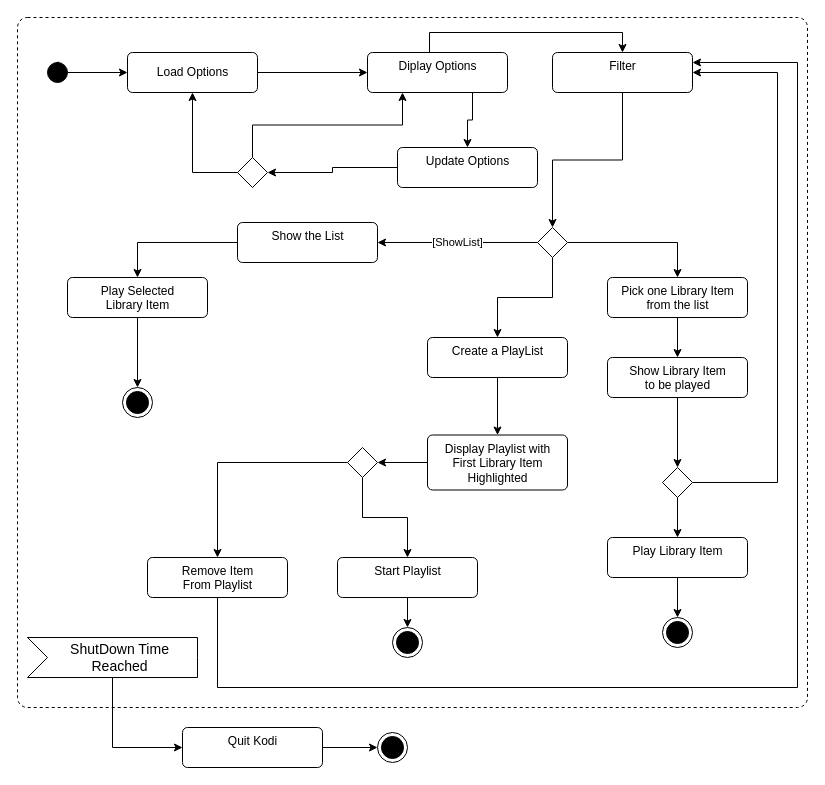
Before: page "Page-2" (2 of 2) of uml.drawio in dustinmcmahon/kodiAddon, a draw.io diagram. Source tidied: cells renumbered, new cells numbered last; positions are measured from the earlier drawing's top-left corner, leaving out a move shared by most shapes. Both pictures are drawn from the tidied source at 100%, with x=0, y=0 at pixel (17, 17).
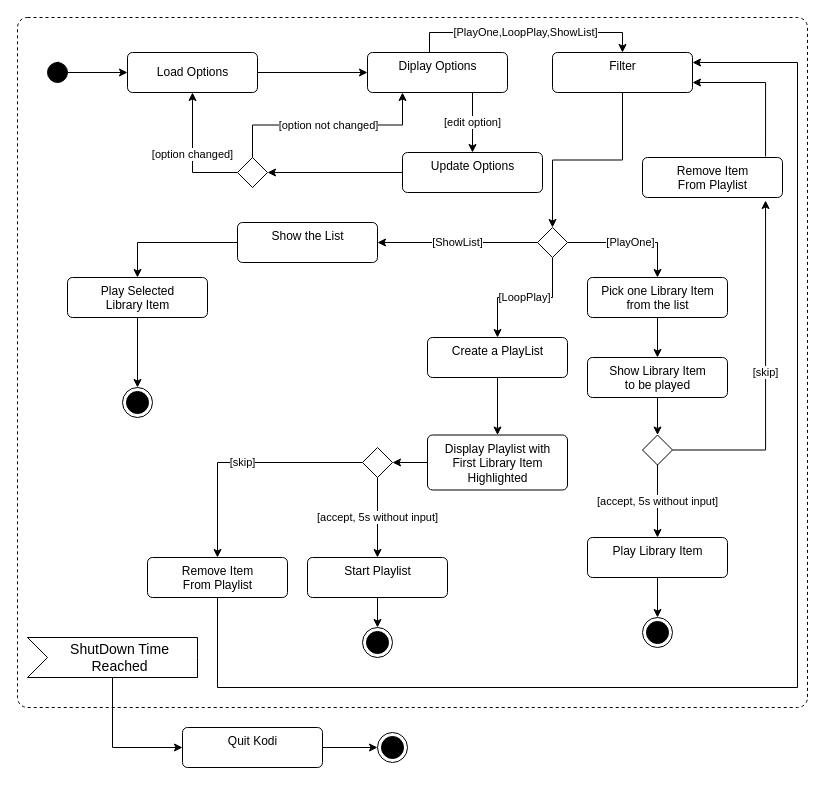
Above is the later version.

Unchanged cells that the change refers to:
```xml
<mxCell id="4" value="Load Options" style="html=1;align=center;verticalAlign=middle;rounded=1;absoluteArcSize=1;arcSize=10;dashed=0;" parent="1" vertex="1">
  <mxGeometry x="110" y="35" width="130" height="40" as="geometry" />
</mxCell>
<mxCell id="7" value="Diplay Options" style="html=1;align=center;verticalAlign=top;rounded=1;absoluteArcSize=1;arcSize=10;dashed=0;" parent="1" vertex="1">
  <mxGeometry x="350" y="35" width="140" height="40" as="geometry" />
</mxCell>
<mxCell id="11" value="Filter" style="html=1;align=center;verticalAlign=top;rounded=1;absoluteArcSize=1;arcSize=10;dashed=0;" parent="1" vertex="1">
  <mxGeometry x="535" y="35" width="140" height="40" as="geometry" />
</mxCell>
<mxCell id="14" style="rhombus;" parent="1" vertex="1">
  <mxGeometry x="220" y="140" width="30" height="30" as="geometry" />
</mxCell>
<mxCell id="18" style="rhombus;" parent="1" vertex="1">
  <mxGeometry x="520" y="210" width="30" height="30" as="geometry" />
</mxCell>
<mxCell id="24" value="Create a PlayList" style="html=1;align=center;verticalAlign=top;rounded=1;absoluteArcSize=1;arcSize=10;dashed=0;" parent="1" vertex="1">
  <mxGeometry x="410" y="320" width="140" height="40" as="geometry" />
</mxCell>
<mxCell id="36" value="Remove Item&lt;br&gt;From Playlist" style="html=1;align=center;verticalAlign=top;rounded=1;absoluteArcSize=1;arcSize=10;dashed=0;" parent="1" vertex="1">
  <mxGeometry x="130" y="540" width="140" height="40" as="geometry" />
</mxCell>
```

Change to the diagram source:
```diff
@@
-    <mxCell id="5" style="edgeStyle=orthogonalEdgeStyle;rounded=0;jettySize=auto;html=1;exitX=0.75;exitY=1;exitDx=0;exitDy=0;" parent="1" edge="1" source="7" target="9">
+    <mxCell id="5" value="[edit option]" style="edgeStyle=orthogonalEdgeStyle;rounded=0;jettySize=auto;html=1;exitX=0.75;exitY=1;exitDx=0;exitDy=0;" parent="1" edge="1" source="7" target="9">
       <mxGeometry relative="1" as="geometry" />
     </mxCell>
-    <mxCell id="6" style="edgeStyle=orthogonalEdgeStyle;rounded=0;jettySize=auto;html=1;entryX=0.5;entryY=0;entryDx=0;entryDy=0;exitX=0.443;exitY=0.025;exitDx=0;exitDy=0;exitPerimeter=0;" parent="1" edge="1" source="7" target="11">
+    <mxCell id="6" value="[PlayOne,LoopPlay,ShowList]" style="edgeStyle=orthogonalEdgeStyle;rounded=0;jettySize=auto;html=1;entryX=0.5;entryY=0;entryDx=0;entryDy=0;exitX=0.443;exitY=0.025;exitDx=0;exitDy=0;exitPerimeter=0;" parent="1" edge="1" source="7" target="11">
       <mxGeometry relative="1" as="geometry" />
     </mxCell>
@@
     <mxCell id="9" value="Update Options" style="html=1;align=center;verticalAlign=top;rounded=1;absoluteArcSize=1;arcSize=10;dashed=0;" parent="1" vertex="1">
-      <mxGeometry x="380" y="130" width="140" height="40" as="geometry" />
+      <mxGeometry x="385" y="135" width="140" height="40" as="geometry" />
     </mxCell>
@@
-    <mxCell id="12" style="edgeStyle=orthogonalEdgeStyle;rounded=0;jettySize=auto;html=1;entryX=0.25;entryY=1;entryDx=0;entryDy=0;exitX=0.5;exitY=0;exitDx=0;exitDy=0;" parent="1" edge="1" source="14" target="7">
+    <mxCell id="12" value="[option not changed]" style="edgeStyle=orthogonalEdgeStyle;rounded=0;jettySize=auto;html=1;entryX=0.25;entryY=1;entryDx=0;entryDy=0;exitX=0.5;exitY=0;exitDx=0;exitDy=0;" parent="1" edge="1" source="14" target="7">
       <mxGeometry relative="1" as="geometry" />
     </mxCell>
-    <mxCell id="13" style="edgeStyle=orthogonalEdgeStyle;rounded=0;jettySize=auto;html=1;entryX=0.5;entryY=1;entryDx=0;entryDy=0;exitX=0;exitY=0.5;exitDx=0;exitDy=0;" parent="1" edge="1" source="14" target="4">
+    <mxCell id="13" value="[option changed]" style="edgeStyle=orthogonalEdgeStyle;rounded=0;jettySize=auto;html=1;entryX=0.5;entryY=1;entryDx=0;entryDy=0;exitX=0;exitY=0.5;exitDx=0;exitDy=0;" parent="1" edge="1" source="14" target="4">
       <mxGeometry relative="1" as="geometry" />
     </mxCell>
@@
-    <mxCell id="15" style="edgeStyle=orthogonalEdgeStyle;rounded=0;jettySize=auto;html=1;entryX=0.5;entryY=0;entryDx=0;entryDy=0;exitX=1;exitY=0.5;exitDx=0;exitDy=0;" parent="1" edge="1" source="18" target="22">
+    <mxCell id="15" value="[PlayOne]" style="edgeStyle=orthogonalEdgeStyle;rounded=0;jettySize=auto;html=1;entryX=0.5;entryY=0;entryDx=0;entryDy=0;exitX=1;exitY=0.5;exitDx=0;exitDy=0;" parent="1" edge="1" source="18" target="22">
       <mxGeometry relative="1" as="geometry" />
     </mxCell>
-    <mxCell id="16" style="edgeStyle=orthogonalEdgeStyle;rounded=0;jettySize=auto;html=1;exitX=0.5;exitY=1;exitDx=0;exitDy=0;entryX=0.5;entryY=0;entryDx=0;entryDy=0;" parent="1" edge="1" source="18" target="24">
-      <mxGeometry relative="1" as="geometry" />
+    <mxCell id="16" value="[LoopPlay]" style="edgeStyle=orthogonalEdgeStyle;rounded=0;jettySize=auto;html=1;exitX=0.5;exitY=1;exitDx=0;exitDy=0;entryX=0.5;entryY=0;entryDx=0;entryDy=0;" parent="1" edge="1" source="18" target="24">
+      <mxGeometry relative="1" as="geometry">
+        <Array as="points">
+          <mxPoint x="535" y="280" />
+          <mxPoint x="480" y="280" />
+        </Array>
+      </mxGeometry>
     </mxCell>
@@
     <mxCell id="20" value="Play Library Item" style="html=1;align=center;verticalAlign=top;rounded=1;absoluteArcSize=1;arcSize=10;dashed=0;" parent="1" vertex="1">
-      <mxGeometry x="590" y="520" width="140" height="40" as="geometry" />
+      <mxGeometry x="570" y="520" width="140" height="40" as="geometry" />
     </mxCell>
@@
     <mxCell id="22" value="Pick one Library Item &lt;br&gt;from the list" style="html=1;align=center;verticalAlign=top;rounded=1;absoluteArcSize=1;arcSize=10;dashed=0;" parent="1" vertex="1">
-      <mxGeometry x="590" y="260" width="140" height="40" as="geometry" />
+      <mxGeometry x="570" y="260" width="140" height="40" as="geometry" />
     </mxCell>
@@
-    <mxCell id="27" style="edgeStyle=orthogonalEdgeStyle;rounded=0;jettySize=auto;html=1;" parent="1" edge="1" source="29" target="36">
+    <mxCell id="27" value="[skip]" style="edgeStyle=orthogonalEdgeStyle;rounded=0;jettySize=auto;html=1;" parent="1" edge="1" source="29" target="36">
       <mxGeometry relative="1" as="geometry" />
     </mxCell>
-    <mxCell id="28" style="edgeStyle=orthogonalEdgeStyle;rounded=0;jettySize=auto;html=1;" parent="1" edge="1" source="29" target="34">
+    <mxCell id="28" value="[accept, 5s without input]" style="edgeStyle=orthogonalEdgeStyle;rounded=0;jettySize=auto;html=1;" parent="1" edge="1" source="29" target="34">
       <mxGeometry relative="1" as="geometry" />
     </mxCell>
     <mxCell id="29" style="rhombus;" parent="1" vertex="1">
-      <mxGeometry x="330" y="430" width="30" height="30" as="geometry" />
+      <mxGeometry x="345" y="430" width="30" height="30" as="geometry" />
     </mxCell>
-    <mxCell id="30" style="edgeStyle=orthogonalEdgeStyle;rounded=0;jettySize=auto;html=1;entryX=0.5;entryY=0;entryDx=0;entryDy=0;" parent="1" edge="1" source="32" target="20">
+    <mxCell id="30" value="[accept, 5s without input]" style="edgeStyle=orthogonalEdgeStyle;rounded=0;jettySize=auto;html=1;entryX=0.5;entryY=0;entryDx=0;entryDy=0;" parent="1" edge="1" source="32" target="20">
       <mxGeometry relative="1" as="geometry" />
     </mxCell>
-    <mxCell id="31" style="edgeStyle=orthogonalEdgeStyle;rounded=0;jettySize=auto;html=1;entryX=1;entryY=0.5;entryDx=0;entryDy=0;exitX=1;exitY=0.5;exitDx=0;exitDy=0;" parent="1" edge="1" source="32" target="11">
-      <mxGeometry relative="1" as="geometry">
-        <Array as="points">
-          <mxPoint x="760" y="465" />
-          <mxPoint x="760" y="55" />
-        </Array>
-      </mxGeometry>
+    <mxCell id="31" value="[skip]" style="edgeStyle=orthogonalEdgeStyle;rounded=0;jettySize=auto;html=1;entryX=0.879;entryY=1.075;entryDx=0;entryDy=0;exitX=1;exitY=0.5;exitDx=0;exitDy=0;entryPerimeter=0;" parent="1" edge="1" source="32" target="55">
+      <mxGeometry relative="1" as="geometry" />
     </mxCell>
     <mxCell id="32" style="rhombus;" parent="1" vertex="1">
-      <mxGeometry x="645" y="450" width="30" height="30" as="geometry" />
+      <mxGeometry x="625" y="417.5" width="30" height="30" as="geometry" />
     </mxCell>
@@
     <mxCell id="34" value="Start Playlist" style="html=1;align=center;verticalAlign=top;rounded=1;absoluteArcSize=1;arcSize=10;dashed=0;" parent="1" vertex="1">
-      <mxGeometry x="320" y="540" width="140" height="40" as="geometry" />
+      <mxGeometry x="290" y="540" width="140" height="40" as="geometry" />
     </mxCell>
@@
     <mxCell id="42" value="Show Library Item&lt;br&gt;to be played" style="html=1;align=center;verticalAlign=top;rounded=1;absoluteArcSize=1;arcSize=10;dashed=0;" parent="1" vertex="1">
-      <mxGeometry x="590" y="340" width="140" height="40" as="geometry" />
+      <mxGeometry x="570" y="340" width="140" height="40" as="geometry" />
     </mxCell>
     <mxCell id="43" style="ellipse;html=1;shape=endState;fillColor=strokeColor;" parent="1" vertex="1">
-      <mxGeometry x="375" y="610" width="30" height="30" as="geometry" />
+      <mxGeometry x="345" y="610" width="30" height="30" as="geometry" />
     </mxCell>
@@
     <mxCell id="45" style="ellipse;html=1;shape=endState;fillColor=strokeColor;" parent="1" vertex="1">
-      <mxGeometry x="645" y="600" width="30" height="30" as="geometry" />
+      <mxGeometry x="625" y="600" width="30" height="30" as="geometry" />
     </mxCell>
@@
+    <mxCell id="54" style="edgeStyle=orthogonalEdgeStyle;rounded=0;jettySize=auto;html=1;entryX=1;entryY=0.75;entryDx=0;entryDy=0;exitX=0.879;exitY=-0.025;exitDx=0;exitDy=0;exitPerimeter=0;" parent="1" edge="1" source="55" target="11">
+      <mxGeometry relative="1" as="geometry" />
+    </mxCell>
+    <mxCell id="55" value="Remove Item&lt;br&gt;From Playlist" style="html=1;align=center;verticalAlign=top;rounded=1;absoluteArcSize=1;arcSize=10;dashed=0;" parent="1" vertex="1">
+      <mxGeometry x="625" y="140" width="140" height="40" as="geometry" />
+    </mxCell>
+    <mxCell id="56" style="edgeStyle=orthogonalEdgeStyle;rounded=0;orthogonalLoop=1;jettySize=auto;html=1;exitX=0.5;exitY=1;exitDx=0;exitDy=0;" parent="1" edge="1" source="55" target="55">
+      <mxGeometry relative="1" as="geometry" />
+    </mxCell>
```
